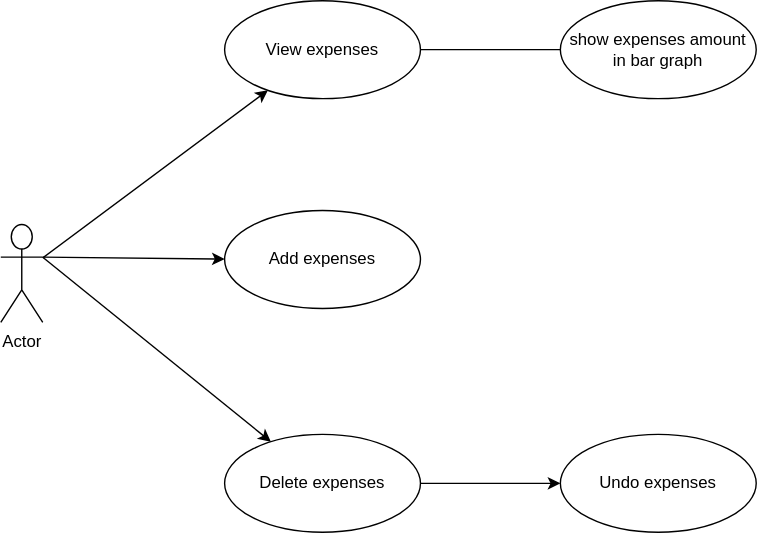
GBFur/IDATA250x-exercises-2023-winter keeps this draw.io diagram as IDATA2503/ExpenseTrackerApp/ExpenseTrackerApp/docs/use-cases.drawio.svg. Above is the earlier version. Source tidied: cells renumbered, new cells last; positions are measured from the earlier drawing's top-left corner, leaving out a move shared by most shapes. Source of this version:
```xml
<mxGraphModel>
  <root>
    <mxCell id="0" />
    <mxCell id="1" parent="0" />
    <mxCell id="2" style="edgeStyle=none;html=1;" parent="1" edge="1" source="5" target="7">
      <mxGeometry relative="1" as="geometry" />
    </mxCell>
    <mxCell id="3" style="edgeStyle=none;html=1;exitX=1;exitY=0.3333333333333333;exitDx=0;exitDy=0;exitPerimeter=0;" parent="1" edge="1" source="5" target="8">
      <mxGeometry relative="1" as="geometry" />
    </mxCell>
    <mxCell id="4" style="edgeStyle=none;html=1;exitX=1;exitY=0.3333333333333333;exitDx=0;exitDy=0;exitPerimeter=0;" parent="1" edge="1" source="5" target="10">
      <mxGeometry relative="1" as="geometry" />
    </mxCell>
    <mxCell id="5" value="Actor" style="shape=umlActor;verticalLabelPosition=bottom;verticalAlign=top;html=1;" parent="1" vertex="1">
      <mxGeometry y="160" width="30" height="70" as="geometry" />
    </mxCell>
    <mxCell id="6" style="edgeStyle=none;html=1;" parent="1" edge="1" source="7">
      <mxGeometry relative="1" as="geometry">
        <mxPoint x="410" y="35" as="targetPoint" />
      </mxGeometry>
    </mxCell>
    <mxCell id="7" value="View expenses" style="ellipse;whiteSpace=wrap;html=1;" parent="1" vertex="1">
      <mxGeometry x="160" width="140" height="70" as="geometry" />
    </mxCell>
    <mxCell id="8" value="Add expenses" style="ellipse;whiteSpace=wrap;html=1;" parent="1" vertex="1">
      <mxGeometry x="160" y="150" width="140" height="70" as="geometry" />
    </mxCell>
    <mxCell id="9" style="edgeStyle=none;html=1;" parent="1" edge="1" source="10" target="11">
      <mxGeometry relative="1" as="geometry" />
    </mxCell>
    <mxCell id="10" value="Delete expenses" style="ellipse;whiteSpace=wrap;html=1;" parent="1" vertex="1">
      <mxGeometry x="160" y="310" width="140" height="70" as="geometry" />
    </mxCell>
    <mxCell id="11" value="Undo expenses" style="ellipse;whiteSpace=wrap;html=1;" parent="1" vertex="1">
      <mxGeometry x="400" y="310" width="140" height="70" as="geometry" />
    </mxCell>
    <mxCell id="12" value="show expenses amount in bar graph" style="ellipse;whiteSpace=wrap;html=1;" parent="1" vertex="1">
      <mxGeometry x="400" width="140" height="70" as="geometry" />
    </mxCell>
  </root>
</mxGraphModel>
```
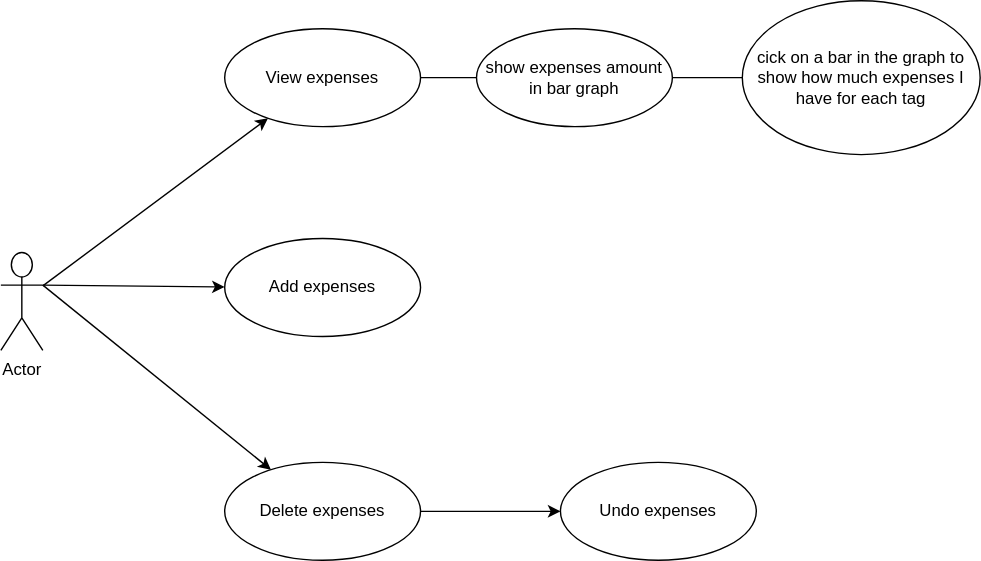
After the commit.

Commit message:
docs: updated use cases

Change to the diagram source:
```diff
@@ -34,8 +34,19 @@
     <mxCell id="11" value="Undo expenses" style="ellipse;whiteSpace=wrap;html=1;" parent="1" vertex="1">
       <mxGeometry x="400" y="310" width="140" height="70" as="geometry" />
     </mxCell>
+    <mxCell id="13" style="edgeStyle=none;html=1;startArrow=none;" parent="1" edge="1" source="15">
+      <mxGeometry relative="1" as="geometry">
+        <mxPoint x="600" y="35" as="targetPoint" />
+      </mxGeometry>
+    </mxCell>
     <mxCell id="12" value="show expenses amount in bar graph" style="ellipse;whiteSpace=wrap;html=1;" parent="1" vertex="1">
-      <mxGeometry x="400" width="140" height="70" as="geometry" />
+      <mxGeometry x="340" width="140" height="70" as="geometry" />
     </mxCell>
+    <mxCell id="14" style="edgeStyle=none;html=1;endArrow=none;" parent="1" edge="1" source="12" target="15">
+      <mxGeometry relative="1" as="geometry" />
+    </mxCell>
+    <mxCell id="15" value="cick on a bar in the graph to show how much expenses I have for each tag" style="ellipse;whiteSpace=wrap;html=1;" parent="1" vertex="1">
+      <mxGeometry x="530" y="-20" width="170" height="110" as="geometry" />
+    </mxCell>
   </root>
 </mxGraphModel>
```
